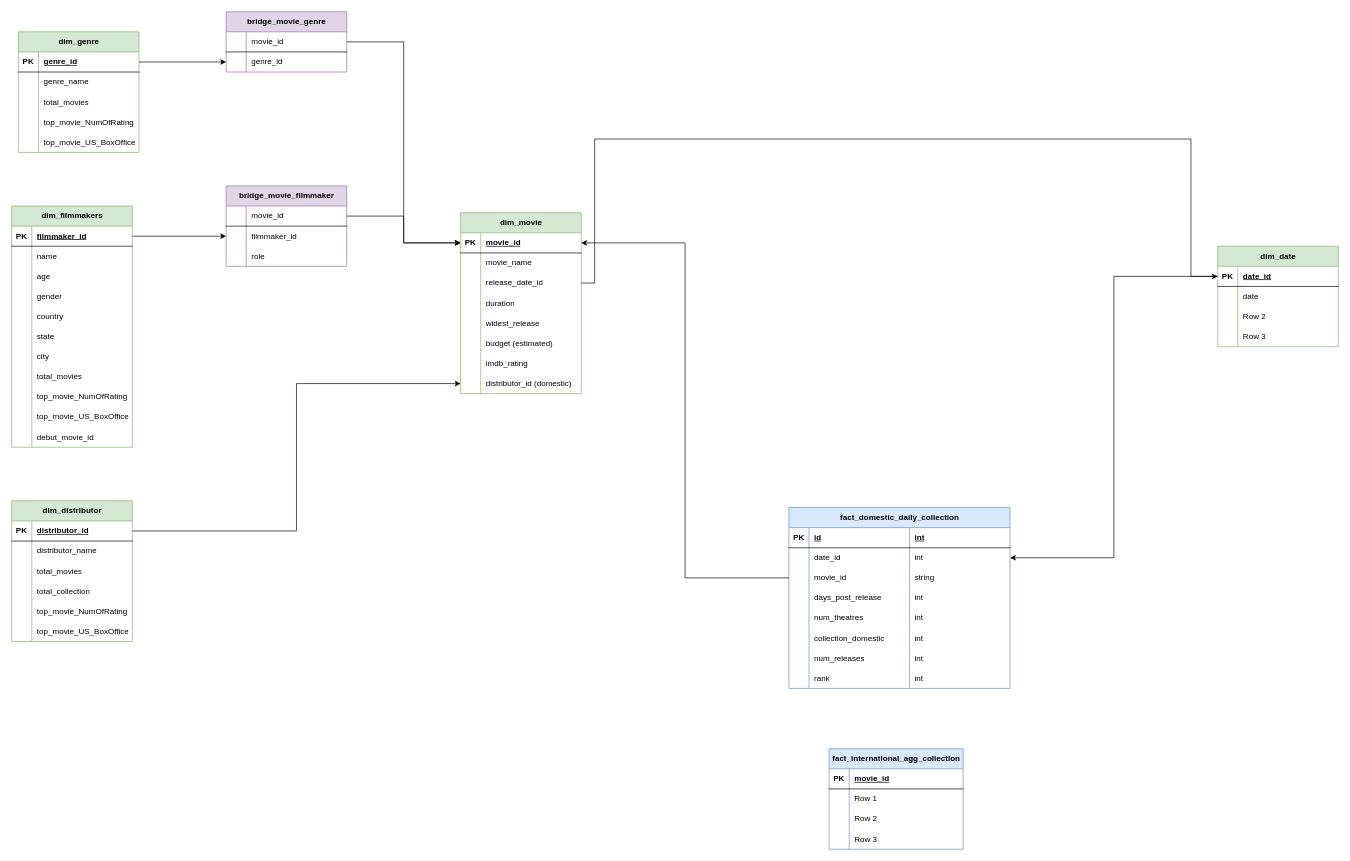
The draw.io diagram dimensional_model.drawio in Jayesh1024/movie_data_pipeline, before the edit. Source tidied: cells renumbered, new cells numbered last; positions are measured from the earlier drawing's top-left corner, leaving out a move shared by most shapes. Both pictures are drawn from the tidied source at 67%, with x=0, y=0 at pixel (11, 11).
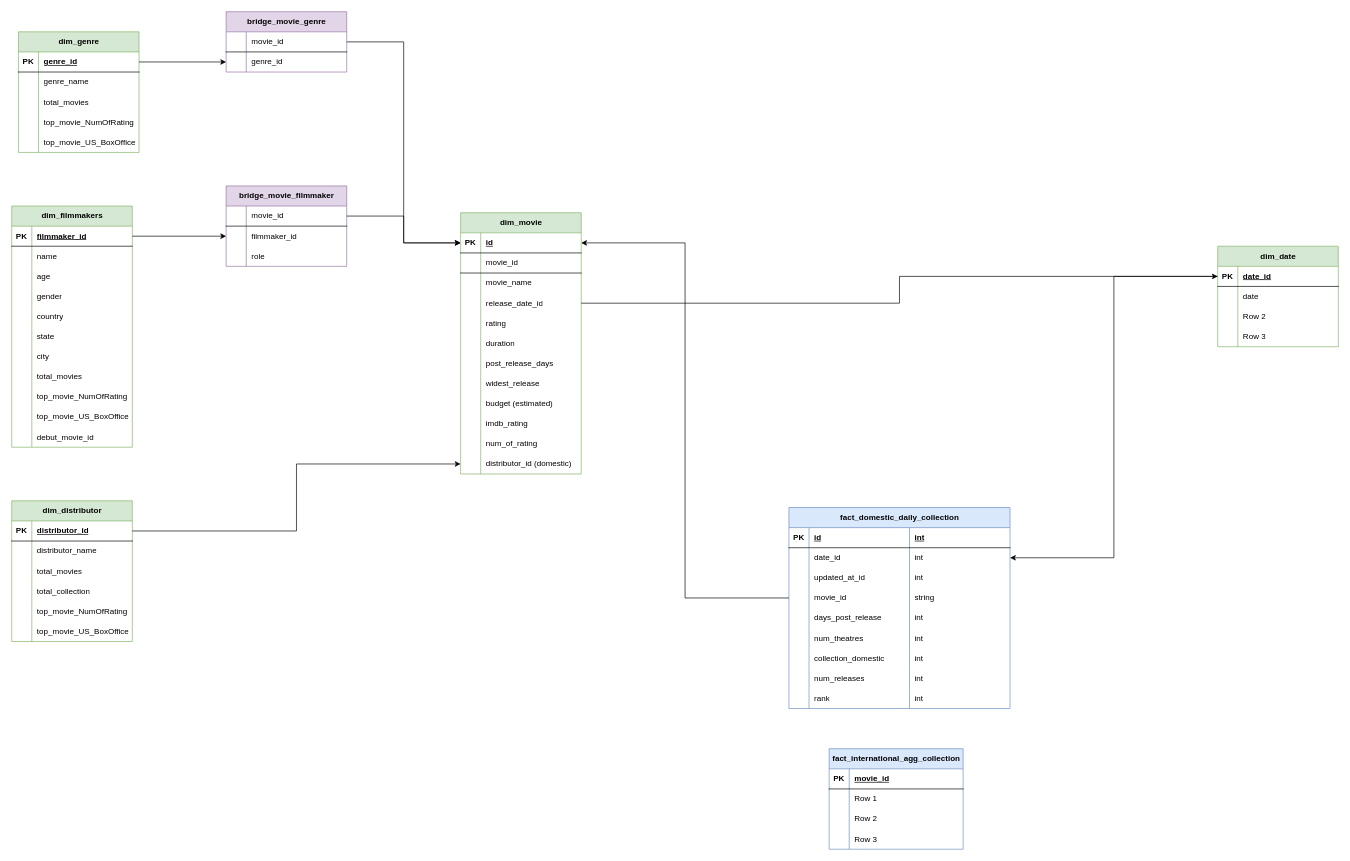
Above is the later version.

The change refers to these unchanged cells:
```xml
<mxCell id="49" style="shape=tableRow;horizontal=0;startSize=0;swimlaneHead=0;swimlaneBody=0;fillColor=none;points=[[0,0.5],[1,0.5]];portConstraint=eastwest;top=0;left=0;right=0;bottom=1;" parent="48" vertex="1">
  <mxGeometry y="30" width="180" height="30" as="geometry" />
</mxCell>
<mxCell id="74" style="shape=tableRow;horizontal=0;startSize=0;swimlaneHead=0;swimlaneBody=0;fillColor=none;points=[[0,0.5],[1,0.5]];portConstraint=eastwest;top=0;left=0;right=0;bottom=1;" parent="73" vertex="1">
  <mxGeometry y="30" width="180" height="30" as="geometry" />
</mxCell>
```

What changed in the source:
```diff
@@
     <mxCell id="2" value="fact_domestic_daily_collection" style="shape=table;startSize=30;childLayout=tableLayout;rowLines=0;fontStyle=1;align=center;html=1;fillColor=#dae8fc;strokeColor=#6c8ebf;" parent="1" vertex="1">
-      <mxGeometry x="1160" y="740" width="330" height="270" as="geometry" />
+      <mxGeometry x="1160" y="740" width="330" height="300" as="geometry" />
     </mxCell>
@@
+    <mxCell id="180" style="shape=tableRow;horizontal=0;startSize=0;swimlaneHead=0;swimlaneBody=0;fillColor=none;top=0;left=0;right=0;bottom=0;" parent="2" vertex="1">
+      <mxGeometry y="90" width="330" height="30" as="geometry" />
+    </mxCell>
+    <mxCell id="181" style="shape=partialRectangle;fillColor=none;top=0;left=0;bottom=0;right=0;overflow=hidden;whiteSpace=wrap;html=1;" parent="180" vertex="1">
+      <mxGeometry width="30" height="30" as="geometry" />
+    </mxCell>
+    <mxCell id="182" value="updated_at_id" style="shape=partialRectangle;fillColor=none;top=0;left=0;bottom=0;right=0;align=left;spacingLeft=6;overflow=hidden;whiteSpace=wrap;html=1;" parent="180" vertex="1">
+      <mxGeometry x="30" width="150" height="30" as="geometry" />
+    </mxCell>
+    <mxCell id="183" value="int" style="shape=partialRectangle;fillColor=none;top=0;left=0;bottom=0;right=0;align=left;spacingLeft=6;overflow=hidden;whiteSpace=wrap;html=1;" parent="180" vertex="1">
+      <mxGeometry x="180" width="150" height="30" as="geometry" />
+    </mxCell>
     <mxCell id="11" style="shape=tableRow;horizontal=0;startSize=0;swimlaneHead=0;swimlaneBody=0;fillColor=none;points=[[0,0.5],[1,0.5]];portConstraint=eastwest;top=0;left=0;right=0;bottom=0;" parent="2" vertex="1">
-      <mxGeometry y="90" width="330" height="30" as="geometry" />
+      <mxGeometry y="120" width="330" height="30" as="geometry" />
     </mxCell>
@@
     <mxCell id="15" style="shape=tableRow;horizontal=0;startSize=0;swimlaneHead=0;swimlaneBody=0;fillColor=none;top=0;left=0;right=0;bottom=0;" parent="2" vertex="1">
-      <mxGeometry y="120" width="330" height="30" as="geometry" />
+      <mxGeometry y="150" width="330" height="30" as="geometry" />
     </mxCell>
@@
     <mxCell id="19" style="shape=tableRow;horizontal=0;startSize=0;swimlaneHead=0;swimlaneBody=0;fillColor=none;top=0;left=0;right=0;bottom=0;" parent="2" vertex="1">
-      <mxGeometry y="150" width="330" height="30" as="geometry" />
+      <mxGeometry y="180" width="330" height="30" as="geometry" />
     </mxCell>
@@
     <mxCell id="23" style="shape=tableRow;horizontal=0;startSize=0;swimlaneHead=0;swimlaneBody=0;fillColor=none;top=0;left=0;right=0;bottom=0;" parent="2" vertex="1">
-      <mxGeometry y="180" width="330" height="30" as="geometry" />
+      <mxGeometry y="210" width="330" height="30" as="geometry" />
     </mxCell>
@@
     <mxCell id="27" style="shape=tableRow;horizontal=0;startSize=0;swimlaneHead=0;swimlaneBody=0;fillColor=none;top=0;left=0;right=0;bottom=0;" parent="2" vertex="1">
-      <mxGeometry y="210" width="330" height="30" as="geometry" />
+      <mxGeometry y="240" width="330" height="30" as="geometry" />
     </mxCell>
@@
     <mxCell id="31" style="shape=tableRow;horizontal=0;startSize=0;swimlaneHead=0;swimlaneBody=0;fillColor=none;top=0;left=0;right=0;bottom=0;" parent="2" vertex="1">
-      <mxGeometry y="240" width="330" height="30" as="geometry" />
+      <mxGeometry y="270" width="330" height="30" as="geometry" />
     </mxCell>
@@
     <mxCell id="48" value="dim_movie" style="shape=table;startSize=30;childLayout=tableLayout;rowLines=0;fontStyle=1;align=center;html=1;fillColor=#d5e8d4;strokeColor=#82b366;" parent="1" vertex="1">
-      <mxGeometry x="670" y="300" width="180" height="270" as="geometry" />
+      <mxGeometry x="670" y="300" width="180" height="390" as="geometry" />
     </mxCell>
@@
-    <mxCell id="51" value="movie_id" style="shape=partialRectangle;fillColor=none;top=0;left=0;bottom=0;right=0;align=left;spacingLeft=6;fontStyle=5;overflow=hidden;whiteSpace=wrap;html=1;" parent="49" vertex="1">
+    <mxCell id="51" value="id" style="shape=partialRectangle;fillColor=none;top=0;left=0;bottom=0;right=0;align=left;spacingLeft=6;fontStyle=5;overflow=hidden;whiteSpace=wrap;html=1;" parent="49" vertex="1">
       <mxGeometry x="30" width="150" height="30" as="geometry" />
     </mxCell>
+    <mxCell id="184" style="shape=tableRow;horizontal=0;startSize=0;swimlaneHead=0;swimlaneBody=0;fillColor=none;top=0;left=0;right=0;bottom=1;" parent="48" vertex="1">
+      <mxGeometry y="60" width="180" height="30" as="geometry" />
+    </mxCell>
+    <mxCell id="185" style="shape=partialRectangle;fillColor=none;top=0;left=0;bottom=0;right=0;fontStyle=1;overflow=hidden;whiteSpace=wrap;html=1;strokeWidth=0;strokeColor=default;" parent="184" vertex="1">
+      <mxGeometry width="30" height="30" as="geometry" />
+    </mxCell>
+    <mxCell id="186" value="&lt;span style=&quot;font-weight: normal;&quot;&gt;movie_id&lt;/span&gt;" style="shape=partialRectangle;fillColor=none;top=0;left=0;bottom=0;right=0;align=left;spacingLeft=6;fontStyle=1;overflow=hidden;whiteSpace=wrap;html=1;strokeWidth=0;strokeColor=default;" parent="184" vertex="1">
+      <mxGeometry x="30" width="150" height="30" as="geometry" />
+    </mxCell>
     <mxCell id="52" style="shape=tableRow;horizontal=0;startSize=0;swimlaneHead=0;swimlaneBody=0;fillColor=none;top=0;left=0;right=0;bottom=0;" parent="48" vertex="1">
-      <mxGeometry y="60" width="180" height="30" as="geometry" />
+      <mxGeometry y="90" width="180" height="30" as="geometry" />
     </mxCell>
@@
     <mxCell id="55" style="shape=tableRow;horizontal=0;startSize=0;swimlaneHead=0;swimlaneBody=0;fillColor=none;points=[[0,0.5],[1,0.5]];portConstraint=eastwest;top=0;left=0;right=0;bottom=0;" parent="48" vertex="1">
-      <mxGeometry y="90" width="180" height="30" as="geometry" />
+      <mxGeometry y="120" width="180" height="30" as="geometry" />
     </mxCell>
@@
+    <mxCell id="187" style="shape=tableRow;horizontal=0;startSize=0;swimlaneHead=0;swimlaneBody=0;fillColor=none;top=0;left=0;right=0;bottom=0;" parent="48" vertex="1">
+      <mxGeometry y="150" width="180" height="30" as="geometry" />
+    </mxCell>
+    <mxCell id="188" style="shape=partialRectangle;fillColor=none;top=0;left=0;bottom=0;right=0;overflow=hidden;whiteSpace=wrap;html=1;" parent="187" vertex="1">
+      <mxGeometry width="30" height="30" as="geometry" />
+    </mxCell>
+    <mxCell id="189" value="rating" style="shape=partialRectangle;fillColor=none;top=0;left=0;bottom=0;right=0;align=left;spacingLeft=6;overflow=hidden;whiteSpace=wrap;html=1;" parent="187" vertex="1">
+      <mxGeometry x="30" width="150" height="30" as="geometry" />
+    </mxCell>
     <mxCell id="58" style="shape=tableRow;horizontal=0;startSize=0;swimlaneHead=0;swimlaneBody=0;fillColor=none;top=0;left=0;right=0;bottom=0;" parent="48" vertex="1">
-      <mxGeometry y="120" width="180" height="30" as="geometry" />
+      <mxGeometry y="180" width="180" height="30" as="geometry" />
     </mxCell>
@@
+    <mxCell id="190" style="shape=tableRow;horizontal=0;startSize=0;swimlaneHead=0;swimlaneBody=0;fillColor=none;top=0;left=0;right=0;bottom=0;" parent="48" vertex="1">
+      <mxGeometry y="210" width="180" height="30" as="geometry" />
+    </mxCell>
+    <mxCell id="191" style="shape=partialRectangle;fillColor=none;top=0;left=0;bottom=0;right=0;overflow=hidden;whiteSpace=wrap;html=1;" parent="190" vertex="1">
+      <mxGeometry width="30" height="30" as="geometry" />
+    </mxCell>
+    <mxCell id="192" value="post_release_days" style="shape=partialRectangle;fillColor=none;top=0;left=0;bottom=0;right=0;align=left;spacingLeft=6;overflow=hidden;whiteSpace=wrap;html=1;" parent="190" vertex="1">
+      <mxGeometry x="30" width="150" height="30" as="geometry" />
+    </mxCell>
     <mxCell id="61" style="shape=tableRow;horizontal=0;startSize=0;swimlaneHead=0;swimlaneBody=0;fillColor=none;top=0;left=0;right=0;bottom=0;" parent="48" vertex="1">
-      <mxGeometry y="150" width="180" height="30" as="geometry" />
+      <mxGeometry y="240" width="180" height="30" as="geometry" />
     </mxCell>
@@
     <mxCell id="64" style="shape=tableRow;horizontal=0;startSize=0;swimlaneHead=0;swimlaneBody=0;fillColor=none;top=0;left=0;right=0;bottom=0;" parent="48" vertex="1">
-      <mxGeometry y="180" width="180" height="30" as="geometry" />
+      <mxGeometry y="270" width="180" height="30" as="geometry" />
     </mxCell>
@@
     <mxCell id="67" style="shape=tableRow;horizontal=0;startSize=0;swimlaneHead=0;swimlaneBody=0;fillColor=none;top=0;left=0;right=0;bottom=0;" parent="48" vertex="1">
-      <mxGeometry y="210" width="180" height="30" as="geometry" />
+      <mxGeometry y="300" width="180" height="30" as="geometry" />
     </mxCell>
@@
+    <mxCell id="193" style="shape=tableRow;horizontal=0;startSize=0;swimlaneHead=0;swimlaneBody=0;fillColor=none;top=0;left=0;right=0;bottom=0;" parent="48" vertex="1">
+      <mxGeometry y="330" width="180" height="30" as="geometry" />
+    </mxCell>
+    <mxCell id="194" style="shape=partialRectangle;fillColor=none;top=0;left=0;bottom=0;right=0;overflow=hidden;whiteSpace=wrap;html=1;" parent="193" vertex="1">
+      <mxGeometry width="30" height="30" as="geometry" />
+    </mxCell>
+    <mxCell id="195" value="num_of_rating" style="shape=partialRectangle;fillColor=none;top=0;left=0;bottom=0;right=0;align=left;spacingLeft=6;overflow=hidden;whiteSpace=wrap;html=1;" parent="193" vertex="1">
+      <mxGeometry x="30" width="150" height="30" as="geometry" />
+    </mxCell>
     <mxCell id="70" style="shape=tableRow;horizontal=0;startSize=0;swimlaneHead=0;swimlaneBody=0;fillColor=none;points=[[0,0.5],[1,0.5]];portConstraint=eastwest;top=0;left=0;right=0;bottom=0;" parent="48" vertex="1">
-      <mxGeometry y="240" width="180" height="30" as="geometry" />
+      <mxGeometry y="360" width="180" height="30" as="geometry" />
     </mxCell>
@@
-    <mxCell id="164" style="edgeStyle=orthogonalEdgeStyle;rounded=0;jettySize=auto;html=1;exitX=1;exitY=0.5;exitDx=0;exitDy=0;" parent="1" edge="1" source="55" target="74">
-      <mxGeometry relative="1" as="geometry">
-        <Array as="points">
-          <mxPoint x="870" y="405" />
-          <mxPoint x="870" y="190" />
-          <mxPoint x="1760" y="190" />
-          <mxPoint x="1760" y="395" />
-        </Array>
-      </mxGeometry>
-    </mxCell>
@@
+    <mxCell id="164" style="edgeStyle=orthogonalEdgeStyle;rounded=0;jettySize=auto;html=1;exitX=1;exitY=0.5;exitDx=0;exitDy=0;entryX=0;entryY=0.5;entryDx=0;entryDy=0;" parent="1" edge="1" source="55" target="74">
+      <mxGeometry relative="1" as="geometry" />
+    </mxCell>
```
